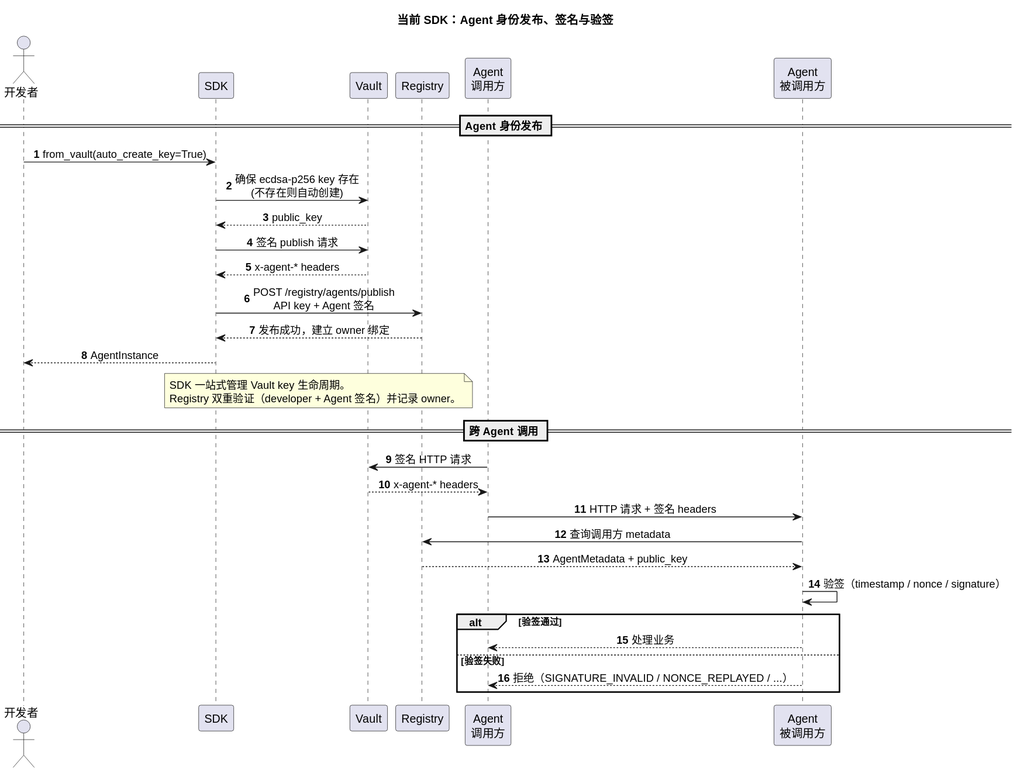
Earlier version of the PlantUML export docs/diagrams/sdk-current-sequence.svg (YiheHuang/agent_auth_sdk).
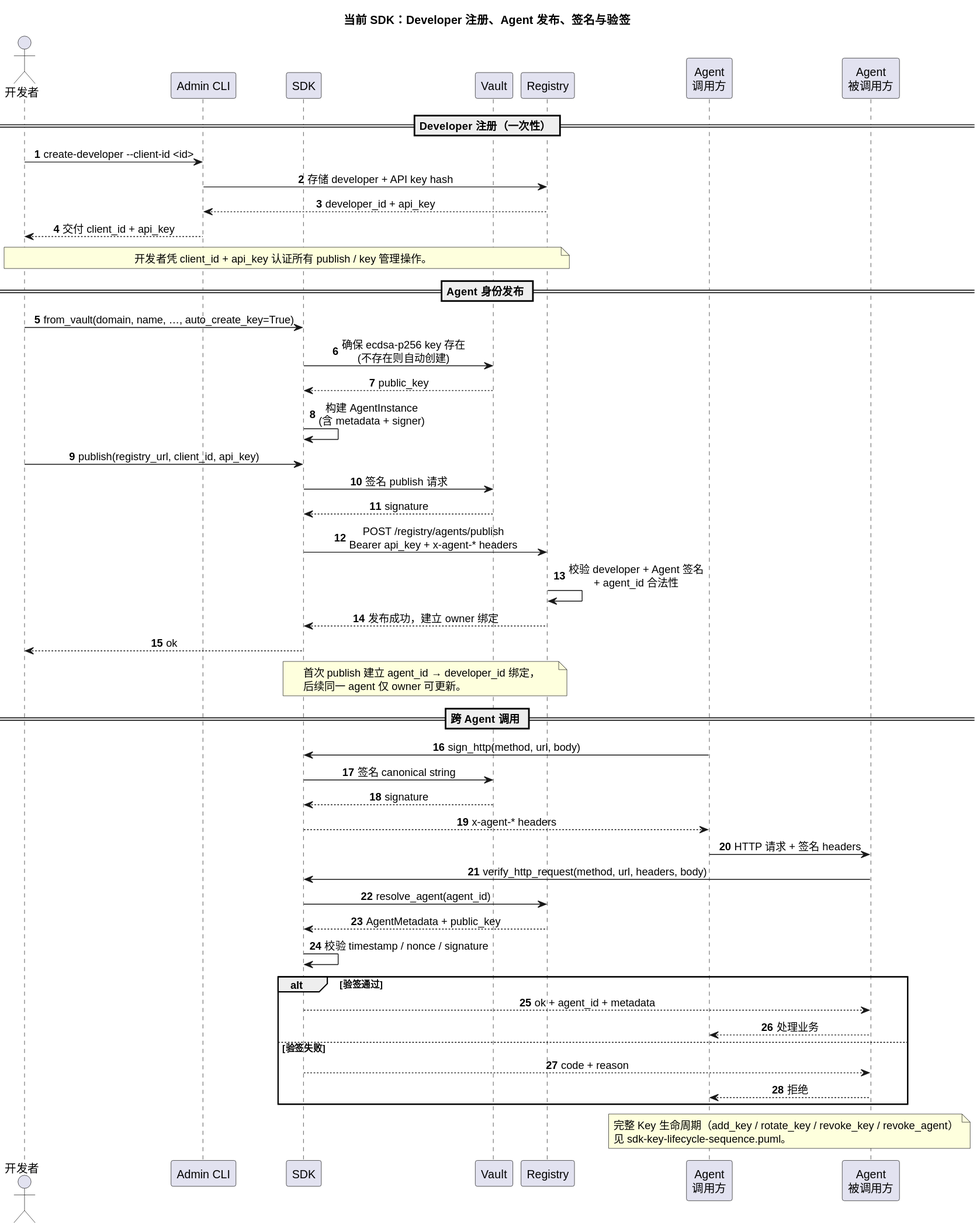
The same file after the commit.

Commit message:
docs: refine sequence diagrams

What changed in the source:
```diff
@@ -1,5 +1,5 @@
 @startuml
-title 当前 SDK：Agent 身份发布、签名与验签
+title 当前 SDK：Developer 注册、Agent 发布、签名与验签
 
 skinparam shadowing false
 skinparam sequenceMessageAlign center
@@ -13,41 +13,68 @@
 autonumber
 
 actor "开发者" as Dev
+participant "Admin CLI" as Admin
 participant "SDK" as SDK
 participant "Vault" as Vault
 participant "Registry" as Registry
 participant "Agent\n调用方" as Caller
 participant "Agent\n被调用方" as Callee
 
+== Developer 注册（一次性） ==
+
+Dev -> Admin : create-developer --client-id <id>
+Admin -> Registry : 存储 developer + API key hash
+Registry --> Admin : developer_id + api_key
+Admin --> Dev : 交付 client_id + api_key
+
+note over Dev, Registry
+开发者凭 client_id + api_key 认证所有 publish / key 管理操作。
+end note
+
 == Agent 身份发布 ==
 
-Dev -> SDK : from_vault(auto_create_key=True)
+Dev -> SDK : from_vault(domain, name, …, auto_create_key=True)
 SDK -> Vault : 确保 ecdsa-p256 key 存在\n(不存在则自动创建)
 Vault --> SDK : public_key
+SDK -> SDK : 构建 AgentInstance\n(含 metadata + signer)
+
+Dev -> SDK : publish(registry_url, client_id, api_key)
 SDK -> Vault : 签名 publish 请求
-Vault --> SDK : x-agent-* headers
-SDK -> Registry : POST /registry/agents/publish\nAPI key + Agent 签名
+Vault --> SDK : signature
+SDK -> Registry : POST /registry/agents/publish\nBearer api_key + x-agent-* headers
+Registry -> Registry : 校验 developer + Agent 签名\n+ agent_id 合法性
 Registry --> SDK : 发布成功，建立 owner 绑定
-SDK --> Dev : AgentInstance
+SDK --> Dev : ok
 
 note over SDK, Registry
-SDK 一站式管理 Vault key 生命周期。
-Registry 双重验证（developer + Agent 签名）并记录 owner。
+首次 publish 建立 agent_id → developer_id 绑定，
+后续同一 agent 仅 owner 可更新。
 end note
 
 == 跨 Agent 调用 ==
 
-Caller -> Vault : 签名 HTTP 请求
-Vault --> Caller : x-agent-* headers
+Caller -> SDK : sign_http(method, url, body)
+SDK -> Vault : 签名 canonical string
+Vault --> SDK : signature
+SDK --> Caller : x-agent-* headers
+
 Caller -> Callee : HTTP 请求 + 签名 headers
 
-Callee -> Registry : 查询调用方 metadata
-Registry --> Callee : AgentMetadata + public_key
-Callee -> Callee : 验签（timestamp / nonce / signature）
+Callee -> SDK : verify_http_request(method, url, headers, body)
+SDK -> Registry : resolve_agent(agent_id)
+Registry --> SDK : AgentMetadata + public_key
+SDK -> SDK : 校验 timestamp / nonce / signature
 
 alt 验签通过
+    SDK --> Callee : ok + agent_id + metadata
     Callee --> Caller : 处理业务
 else 验签失败
-    Callee --> Caller : 拒绝（SIGNATURE_INVALID / NONCE_REPLAYED / ...）
+    SDK --> Callee : code + reason
+    Callee --> Caller : 拒绝
 end
+
+note over Caller, Callee
+完整 Key 生命周期（add_key / rotate_key / revoke_key / revoke_agent）
+见 sdk-key-lifecycle-sequence.puml。
+end note
 @enduml
```
